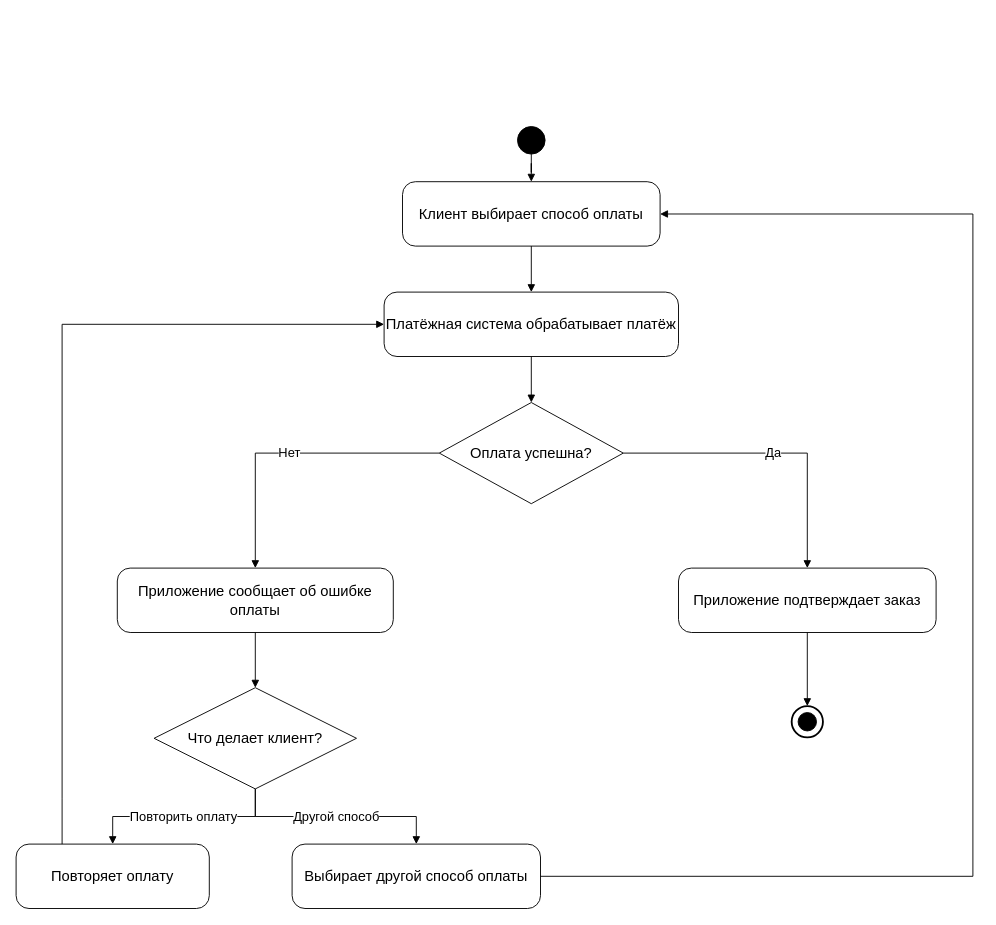
Katsia999/visual-programming-labs-Belyeva keeps this draw.io diagram as lab1/diagrams/activity.drawio. Above is the earlier version. Source tidied: cells renumbered, new cells numbered last; positions are measured from the earlier drawing's top-left corner, leaving out a move shared by most shapes. Both pictures are drawn from the tidied source at 92%, with x=0, y=0 at pixel (16, 126).
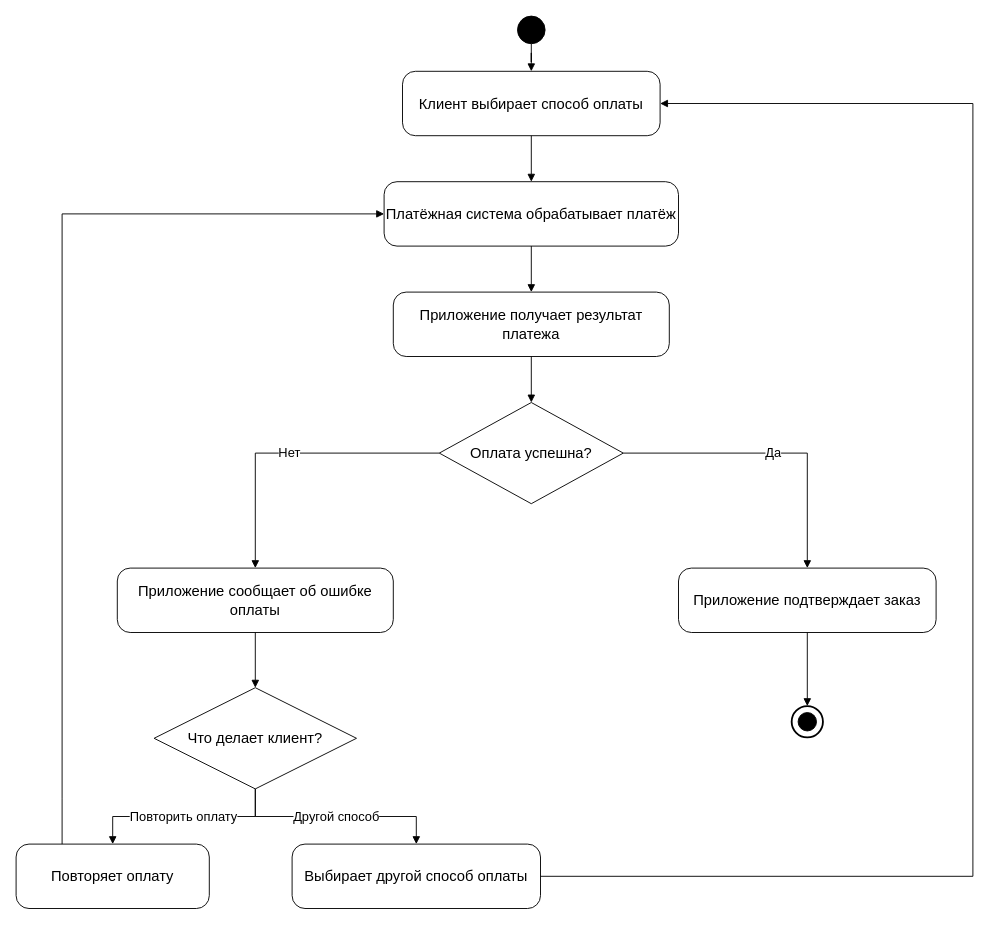
Above is the later version.

Commit message (it also covers changes not shown here):
Обновила UML и Mermaid-диаграммы

The change refers to these unchanged cells:
```xml
<mxCell id="5" value="Оплата успешна?" style="rhombus;whiteSpace=wrap;html=1;fontSize=16;" parent="1" vertex="1">
  <mxGeometry x="460" y="300" width="200" height="110" as="geometry" />
</mxCell>
<mxCell id="9" value="Повторяет оплату" style="rounded=1;whiteSpace=wrap;html=1;arcSize=20;fontSize=16;" parent="1" vertex="1">
  <mxGeometry y="780" width="210" height="70" as="geometry" />
</mxCell>
<mxCell id="10" value="Выбирает другой способ оплаты" style="rounded=1;whiteSpace=wrap;html=1;arcSize=20;fontSize=16;" parent="1" vertex="1">
  <mxGeometry x="300" y="780" width="270" height="70" as="geometry" />
</mxCell>
```

Diff of the diagram source:
```diff
@@
     <mxCell id="2" style="ellipse;whiteSpace=wrap;html=1;fillColor=#000000;strokeColor=#000000;" parent="1" vertex="1">
-      <mxGeometry x="545" width="30" height="30" as="geometry" />
+      <mxGeometry x="545" y="-120" width="30" height="30" as="geometry" />
     </mxCell>
     <mxCell id="3" value="Клиент выбирает способ оплаты" style="rounded=1;whiteSpace=wrap;html=1;arcSize=20;fontSize=16;" parent="1" vertex="1">
-      <mxGeometry x="420" y="60" width="280" height="70" as="geometry" />
+      <mxGeometry x="420" y="-60" width="280" height="70" as="geometry" />
     </mxCell>
     <mxCell id="4" value="Платёжная система обрабатывает платёж" style="rounded=1;whiteSpace=wrap;html=1;arcSize=20;fontSize=16;" parent="1" vertex="1">
-      <mxGeometry x="400" y="180" width="320" height="70" as="geometry" />
+      <mxGeometry x="400" y="60" width="320" height="70" as="geometry" />
     </mxCell>
+    <mxCell id="24" value="Приложение получает результат платежа" style="rounded=1;whiteSpace=wrap;html=1;arcSize=20;fontSize=16;" parent="1" vertex="1">
+      <mxGeometry x="410" y="180" width="300" height="70" as="geometry" />
+    </mxCell>
@@
-    <mxCell id="15" style="edgeStyle=orthogonalEdgeStyle;rounded=0;jettySize=auto;html=1;endArrow=block;endFill=1;" parent="1" edge="1" source="4" target="5">
+    <mxCell id="15" style="edgeStyle=orthogonalEdgeStyle;rounded=0;jettySize=auto;html=1;endArrow=block;endFill=1;" parent="1" edge="1" source="4" target="24">
       <mxGeometry relative="1" as="geometry" />
     </mxCell>
@@
     <mxCell id="22" style="edgeStyle=orthogonalEdgeStyle;rounded=0;jettySize=auto;html=1;endArrow=block;endFill=1;" parent="1" edge="1" source="9" target="4">
       <mxGeometry relative="1" as="geometry">
         <Array as="points">
           <mxPoint x="50" y="730" />
-          <mxPoint x="50" y="215" />
-          <mxPoint x="400" y="215" />
+          <mxPoint x="50" y="95" />
+          <mxPoint x="400" y="95" />
         </Array>
       </mxGeometry>
     </mxCell>
     <mxCell id="23" style="edgeStyle=orthogonalEdgeStyle;rounded=0;jettySize=auto;html=1;endArrow=block;endFill=1;" parent="1" edge="1" source="10" target="3">
       <mxGeometry relative="1" as="geometry">
         <Array as="points">
           <mxPoint x="1040" y="815" />
-          <mxPoint x="1040" y="95.1" />
+          <mxPoint x="1040" y="-25" />
         </Array>
       </mxGeometry>
     </mxCell>
+    <mxCell id="25" style="edgeStyle=orthogonalEdgeStyle;rounded=0;jettySize=auto;html=1;endArrow=block;endFill=1;" parent="1" edge="1" source="24" target="5">
+      <mxGeometry relative="1" as="geometry" />
+    </mxCell>
```
